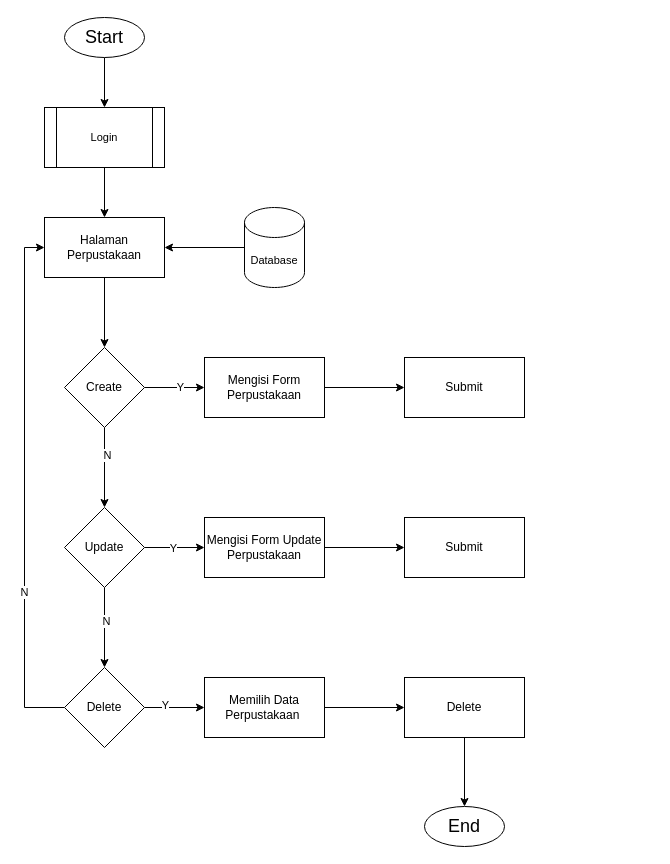
Earlier version of the draw.io diagram page "Mengelolah Data Perpustakaan" (10 of 24) of Sistem Informasi Perpustakaan Terpadu/Diagram Tanpa Judul.drawio (umarshd/dfd-skripsi). Source tidied: cells renumbered, new cells numbered last; positions are measured from the earlier drawing's top-left corner, leaving out a move shared by most shapes. Both pictures are drawn from the tidied source at 100%, with x=0, y=0 at pixel (24, 17).
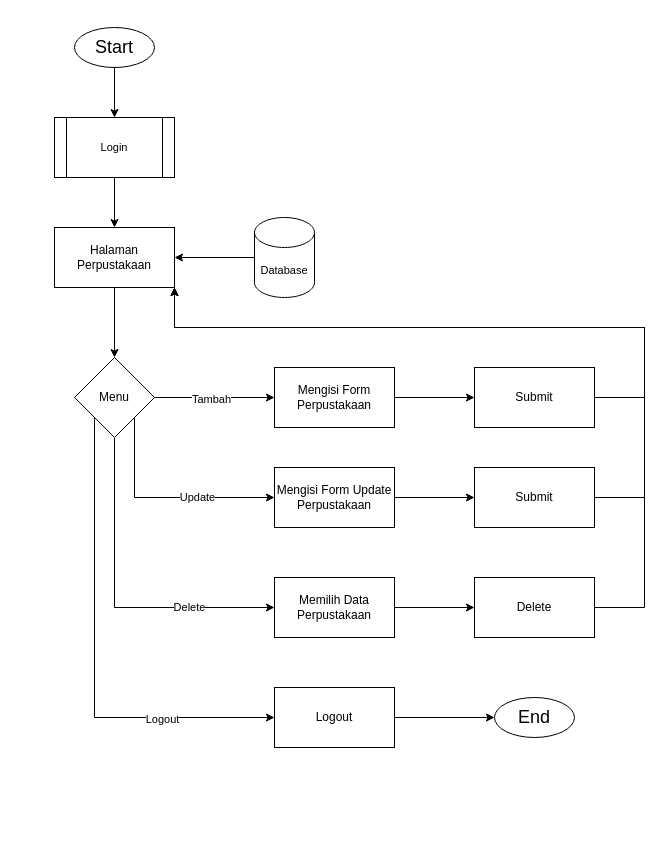
After the change.

The edit, as a diff of the source:
```diff
@@
     <mxCell id="3" value="&lt;font style=&quot;font-size: 18px;&quot;&gt;Start&lt;/font&gt;" style="ellipse;whiteSpace=wrap;html=1;" parent="1" vertex="1">
-      <mxGeometry x="40" width="80" height="40" as="geometry" />
+      <mxGeometry x="50" y="10" width="80" height="40" as="geometry" />
     </mxCell>
-    <mxCell id="4" style="edgeStyle=orthogonalEdgeStyle;shape=connector;rounded=0;jettySize=auto;html=1;labelBackgroundColor=default;strokeColor=default;fontFamily=Helvetica;fontSize=11;fontColor=default;endArrow=classic;endFill=1;" parent="1" edge="1" source="5" target="13">
-      <mxGeometry relative="1" as="geometry" />
-    </mxCell>
+    <mxCell id="36" style="edgeStyle=orthogonalEdgeStyle;shape=connector;rounded=0;jettySize=auto;html=1;labelBackgroundColor=default;strokeColor=default;fontFamily=Helvetica;fontSize=11;fontColor=default;endArrow=classic;endFill=1;" parent="1" edge="1" source="5" target="43">
+      <mxGeometry relative="1" as="geometry" />
+    </mxCell>
     <mxCell id="5" value="Halaman Perpustakaan" style="whiteSpace=wrap;html=1;" parent="1" vertex="1">
-      <mxGeometry x="20" y="200" width="120" height="60" as="geometry" />
+      <mxGeometry x="30" y="210" width="120" height="60" as="geometry" />
     </mxCell>
     <mxCell id="6" value="&lt;font style=&quot;font-size: 18px;&quot;&gt;End&lt;/font&gt;" style="ellipse;whiteSpace=wrap;html=1;" parent="1" vertex="1">
-      <mxGeometry x="400" y="789" width="80" height="40" as="geometry" />
+      <mxGeometry x="470" y="680" width="80" height="40" as="geometry" />
     </mxCell>
@@
     <mxCell id="8" value="Login" style="shape=process;whiteSpace=wrap;html=1;backgroundOutline=1;fontFamily=Helvetica;fontSize=11;fontColor=default;" parent="1" vertex="1">
-      <mxGeometry x="20" y="90" width="120" height="60" as="geometry" />
+      <mxGeometry x="30" y="100" width="120" height="60" as="geometry" />
     </mxCell>
-    <mxCell id="9" style="edgeStyle=orthogonalEdgeStyle;shape=connector;rounded=0;jettySize=auto;html=1;labelBackgroundColor=default;strokeColor=default;fontFamily=Helvetica;fontSize=11;fontColor=default;endArrow=classic;endFill=1;" parent="1" edge="1" source="13" target="15">
-      <mxGeometry relative="1" as="geometry" />
-    </mxCell>
-    <mxCell id="10" value="Y" style="edgeLabel;html=1;align=center;verticalAlign=middle;fontSize=11;fontFamily=Helvetica;fontColor=default;" parent="9" vertex="1">
-      <mxGeometry x="0.15" y="1" relative="1" as="geometry" />
-    </mxCell>
-    <mxCell id="11" style="edgeStyle=orthogonalEdgeStyle;shape=connector;rounded=0;jettySize=auto;html=1;labelBackgroundColor=default;strokeColor=default;fontFamily=Helvetica;fontSize=11;fontColor=default;endArrow=classic;endFill=1;" parent="1" edge="1" source="13" target="21">
-      <mxGeometry relative="1" as="geometry" />
-    </mxCell>
-    <mxCell id="12" value="N" style="edgeLabel;html=1;align=center;verticalAlign=middle;fontSize=11;fontFamily=Helvetica;fontColor=default;" parent="11" vertex="1">
-      <mxGeometry x="-0.32" y="2" relative="1" as="geometry" />
-    </mxCell>
-    <mxCell id="13" value="Create" style="rhombus;whiteSpace=wrap;html=1;" parent="1" vertex="1">
-      <mxGeometry x="40" y="330" width="80" height="80" as="geometry" />
-    </mxCell>
-    <mxCell id="14" style="edgeStyle=orthogonalEdgeStyle;shape=connector;rounded=0;jettySize=auto;html=1;labelBackgroundColor=default;strokeColor=default;fontFamily=Helvetica;fontSize=11;fontColor=default;endArrow=classic;endFill=1;" parent="1" edge="1" source="15" target="16">
-      <mxGeometry relative="1" as="geometry" />
-    </mxCell>
+    <mxCell id="37" style="edgeStyle=orthogonalEdgeStyle;shape=connector;rounded=0;jettySize=auto;html=1;labelBackgroundColor=default;strokeColor=default;fontFamily=Helvetica;fontSize=11;fontColor=default;endArrow=classic;endFill=1;" parent="1" edge="1" source="43" target="15">
+      <mxGeometry relative="1" as="geometry" />
+    </mxCell>
+    <mxCell id="38" value="Tambah" style="edgeLabel;html=1;align=center;verticalAlign=middle;fontSize=11;fontFamily=Helvetica;fontColor=default;" parent="37" vertex="1">
+      <mxGeometry x="-0.06" y="-1" relative="1" as="geometry" />
+    </mxCell>
+    <mxCell id="39" style="edgeStyle=orthogonalEdgeStyle;shape=connector;rounded=0;jettySize=auto;html=1;exitX=1;exitY=1;exitDx=0;exitDy=0;entryX=0;entryY=0.5;entryDx=0;entryDy=0;labelBackgroundColor=default;strokeColor=default;fontFamily=Helvetica;fontSize=11;fontColor=default;endArrow=classic;endFill=1;" parent="1" edge="1" source="43" target="23">
+      <mxGeometry relative="1" as="geometry">
+        <Array as="points">
+          <mxPoint x="110" y="480" />
+        </Array>
+      </mxGeometry>
+    </mxCell>
+    <mxCell id="21" value="Update" style="edgeLabel;html=1;align=center;verticalAlign=middle;points=[];fontSize=11;fontFamily=Helvetica;fontColor=default;" parent="39" vertex="1">
+      <mxGeometry x="0.29" y="1" relative="1" as="geometry" />
+    </mxCell>
+    <mxCell id="40" style="edgeStyle=orthogonalEdgeStyle;shape=connector;rounded=0;jettySize=auto;html=1;entryX=0;entryY=0.5;entryDx=0;entryDy=0;labelBackgroundColor=default;strokeColor=default;fontFamily=Helvetica;fontSize=11;fontColor=default;endArrow=classic;endFill=1;" parent="1" edge="1" source="43" target="31">
+      <mxGeometry relative="1" as="geometry">
+        <Array as="points">
+          <mxPoint x="90" y="590" />
+        </Array>
+      </mxGeometry>
+    </mxCell>
+    <mxCell id="29" value="Delete" style="edgeLabel;html=1;align=center;verticalAlign=middle;points=[];fontSize=11;fontFamily=Helvetica;fontColor=default;" parent="40" vertex="1">
+      <mxGeometry x="0.48" y="1" relative="1" as="geometry" />
+    </mxCell>
+    <mxCell id="41" style="edgeStyle=orthogonalEdgeStyle;shape=connector;rounded=0;jettySize=auto;html=1;exitX=0;exitY=1;exitDx=0;exitDy=0;labelBackgroundColor=default;strokeColor=default;fontFamily=Helvetica;fontSize=11;fontColor=default;endArrow=classic;endFill=1;entryX=0;entryY=0.5;entryDx=0;entryDy=0;" parent="1" edge="1" source="43" target="52">
+      <mxGeometry relative="1" as="geometry">
+        <Array as="points">
+          <mxPoint x="70" y="700" />
+        </Array>
+      </mxGeometry>
+    </mxCell>
+    <mxCell id="42" value="Logout" style="edgeLabel;html=1;align=center;verticalAlign=middle;fontSize=11;fontFamily=Helvetica;fontColor=default;" parent="41" vertex="1">
+      <mxGeometry x="0.53" y="-1" relative="1" as="geometry" />
+    </mxCell>
+    <mxCell id="43" value="Menu" style="rhombus;whiteSpace=wrap;html=1;" parent="1" vertex="1">
+      <mxGeometry x="50" y="340" width="80" height="80" as="geometry" />
+    </mxCell>
+    <mxCell id="44" style="edgeStyle=orthogonalEdgeStyle;shape=connector;rounded=0;jettySize=auto;html=1;labelBackgroundColor=default;strokeColor=default;fontFamily=Helvetica;fontSize=11;fontColor=default;endArrow=classic;endFill=1;" parent="1" edge="1" source="15" target="46">
+      <mxGeometry relative="1" as="geometry" />
+    </mxCell>
     <mxCell id="15" value="Mengisi Form Perpustakaan" style="whiteSpace=wrap;html=1;" parent="1" vertex="1">
-      <mxGeometry x="180" y="340" width="120" height="60" as="geometry" />
+      <mxGeometry x="250" y="350" width="120" height="60" as="geometry" />
     </mxCell>
-    <mxCell id="16" value="Submit" style="whiteSpace=wrap;html=1;" parent="1" vertex="1">
-      <mxGeometry x="380" y="340" width="120" height="60" as="geometry" />
-    </mxCell>
-    <mxCell id="17" style="edgeStyle=orthogonalEdgeStyle;shape=connector;rounded=0;jettySize=auto;html=1;labelBackgroundColor=default;strokeColor=default;fontFamily=Helvetica;fontSize=11;fontColor=default;endArrow=classic;endFill=1;" parent="1" edge="1" source="21" target="23">
-      <mxGeometry relative="1" as="geometry" />
-    </mxCell>
-    <mxCell id="18" value="Y" style="edgeLabel;html=1;align=center;verticalAlign=middle;fontSize=11;fontFamily=Helvetica;fontColor=default;" parent="17" vertex="1">
-      <mxGeometry x="-0.08" relative="1" as="geometry" />
-    </mxCell>
-    <mxCell id="19" style="edgeStyle=orthogonalEdgeStyle;shape=connector;rounded=0;jettySize=auto;html=1;labelBackgroundColor=default;strokeColor=default;fontFamily=Helvetica;fontSize=11;fontColor=default;endArrow=classic;endFill=1;" parent="1" edge="1" source="21" target="29">
-      <mxGeometry relative="1" as="geometry" />
-    </mxCell>
-    <mxCell id="20" value="N" style="edgeLabel;html=1;align=center;verticalAlign=middle;fontSize=11;fontFamily=Helvetica;fontColor=default;" parent="19" vertex="1">
-      <mxGeometry x="-0.18" y="1" relative="1" as="geometry" />
-    </mxCell>
-    <mxCell id="21" value="Update" style="rhombus;whiteSpace=wrap;html=1;" parent="1" vertex="1">
-      <mxGeometry x="40" y="490" width="80" height="80" as="geometry" />
-    </mxCell>
-    <mxCell id="22" style="edgeStyle=orthogonalEdgeStyle;shape=connector;rounded=0;jettySize=auto;html=1;labelBackgroundColor=default;strokeColor=default;fontFamily=Helvetica;fontSize=11;fontColor=default;endArrow=classic;endFill=1;" parent="1" edge="1" source="23" target="24">
-      <mxGeometry relative="1" as="geometry" />
-    </mxCell>
+    <mxCell id="34" style="edgeStyle=orthogonalEdgeStyle;shape=connector;rounded=0;jettySize=auto;html=1;entryX=1;entryY=0.5;entryDx=0;entryDy=0;labelBackgroundColor=default;strokeColor=default;fontFamily=Helvetica;fontSize=11;fontColor=default;endArrow=classic;endFill=1;" parent="1" edge="1" source="35" target="5">
+      <mxGeometry relative="1" as="geometry" />
+    </mxCell>
+    <mxCell id="35" value="Database" style="shape=cylinder3;whiteSpace=wrap;html=1;boundedLbl=1;backgroundOutline=1;size=15;fontFamily=Helvetica;fontSize=11;fontColor=default;" parent="1" vertex="1">
+      <mxGeometry x="230" y="200" width="60" height="80" as="geometry" />
+    </mxCell>
+    <mxCell id="45" style="edgeStyle=orthogonalEdgeStyle;shape=connector;rounded=0;jettySize=auto;html=1;labelBackgroundColor=default;strokeColor=default;fontFamily=Helvetica;fontSize=11;fontColor=default;endArrow=classic;endFill=1;entryX=1;entryY=1;entryDx=0;entryDy=0;" parent="1" edge="1" source="46" target="5">
+      <mxGeometry relative="1" as="geometry">
+        <Array as="points">
+          <mxPoint x="620" y="380" />
+          <mxPoint x="620" y="310" />
+          <mxPoint x="150" y="310" />
+        </Array>
+      </mxGeometry>
+    </mxCell>
+    <mxCell id="46" value="Submit" style="whiteSpace=wrap;html=1;" parent="1" vertex="1">
+      <mxGeometry x="450" y="350" width="120" height="60" as="geometry" />
+    </mxCell>
+    <mxCell id="47" style="edgeStyle=orthogonalEdgeStyle;shape=connector;rounded=0;jettySize=auto;html=1;labelBackgroundColor=default;strokeColor=default;fontFamily=Helvetica;fontSize=11;fontColor=default;endArrow=classic;endFill=1;" parent="1" edge="1" source="23" target="49">
+      <mxGeometry relative="1" as="geometry" />
+    </mxCell>
     <mxCell id="23" value="Mengisi Form Update Perpustakaan" style="whiteSpace=wrap;html=1;" parent="1" vertex="1">
-      <mxGeometry x="180" y="500" width="120" height="60" as="geometry" />
+      <mxGeometry x="250" y="450" width="120" height="60" as="geometry" />
     </mxCell>
-    <mxCell id="24" value="Submit" style="whiteSpace=wrap;html=1;" parent="1" vertex="1">
-      <mxGeometry x="380" y="500" width="120" height="60" as="geometry" />
-    </mxCell>
-    <mxCell id="25" style="edgeStyle=orthogonalEdgeStyle;shape=connector;rounded=0;jettySize=auto;html=1;entryX=0;entryY=0.5;entryDx=0;entryDy=0;labelBackgroundColor=default;strokeColor=default;fontFamily=Helvetica;fontSize=11;fontColor=default;endArrow=classic;endFill=1;" parent="1" edge="1" source="29" target="5">
-      <mxGeometry relative="1" as="geometry">
-        <Array as="points">
-          <mxPoint y="690" />
-          <mxPoint y="230" />
-        </Array>
-      </mxGeometry>
-    </mxCell>
-    <mxCell id="26" value="N" style="edgeLabel;html=1;align=center;verticalAlign=middle;fontSize=11;fontFamily=Helvetica;fontColor=default;" parent="25" vertex="1">
-      <mxGeometry x="-0.4" y="1" relative="1" as="geometry" />
-    </mxCell>
-    <mxCell id="27" style="edgeStyle=orthogonalEdgeStyle;shape=connector;rounded=0;jettySize=auto;html=1;labelBackgroundColor=default;strokeColor=default;fontFamily=Helvetica;fontSize=11;fontColor=default;endArrow=classic;endFill=1;" parent="1" edge="1" source="29" target="31">
-      <mxGeometry relative="1" as="geometry" />
-    </mxCell>
-    <mxCell id="28" value="Y" style="edgeLabel;html=1;align=center;verticalAlign=middle;fontSize=11;fontFamily=Helvetica;fontColor=default;" parent="27" vertex="1">
-      <mxGeometry x="-0.32" y="3" relative="1" as="geometry" />
-    </mxCell>
-    <mxCell id="29" value="Delete" style="rhombus;whiteSpace=wrap;html=1;" parent="1" vertex="1">
-      <mxGeometry x="40" y="650" width="80" height="80" as="geometry" />
-    </mxCell>
+    <mxCell id="48" style="edgeStyle=orthogonalEdgeStyle;shape=connector;rounded=0;jettySize=auto;html=1;entryX=1;entryY=1;entryDx=0;entryDy=0;labelBackgroundColor=default;strokeColor=default;fontFamily=Helvetica;fontSize=11;fontColor=default;endArrow=classic;endFill=1;" parent="1" edge="1" source="49" target="5">
+      <mxGeometry relative="1" as="geometry">
+        <Array as="points">
+          <mxPoint x="620" y="480" />
+          <mxPoint x="620" y="310" />
+          <mxPoint x="150" y="310" />
+        </Array>
+      </mxGeometry>
+    </mxCell>
+    <mxCell id="49" value="Submit" style="whiteSpace=wrap;html=1;" parent="1" vertex="1">
+      <mxGeometry x="450" y="450" width="120" height="60" as="geometry" />
+    </mxCell>
@@
-    <mxCell id="31" value="Memilih Data Perpustakaan&amp;nbsp;" style="whiteSpace=wrap;html=1;" parent="1" vertex="1">
-      <mxGeometry x="180" y="660" width="120" height="60" as="geometry" />
+    <mxCell id="31" value="Memilih Data Perpustakaan" style="whiteSpace=wrap;html=1;" parent="1" vertex="1">
+      <mxGeometry x="250" y="560" width="120" height="60" as="geometry" />
     </mxCell>
-    <mxCell id="32" style="edgeStyle=orthogonalEdgeStyle;shape=connector;rounded=0;jettySize=auto;html=1;labelBackgroundColor=default;strokeColor=default;fontFamily=Helvetica;fontSize=11;fontColor=default;endArrow=classic;endFill=1;" parent="1" edge="1" source="33" target="6">
-      <mxGeometry relative="1" as="geometry" />
-    </mxCell>
+    <mxCell id="50" style="edgeStyle=orthogonalEdgeStyle;shape=connector;rounded=0;jettySize=auto;html=1;labelBackgroundColor=default;strokeColor=default;fontFamily=Helvetica;fontSize=11;fontColor=default;endArrow=classic;endFill=1;entryX=1;entryY=1;entryDx=0;entryDy=0;" parent="1" edge="1" source="33" target="5">
+      <mxGeometry relative="1" as="geometry">
+        <Array as="points">
+          <mxPoint x="620" y="590" />
+          <mxPoint x="620" y="310" />
+          <mxPoint x="150" y="310" />
+        </Array>
+      </mxGeometry>
+    </mxCell>
     <mxCell id="33" value="Delete" style="whiteSpace=wrap;html=1;" parent="1" vertex="1">
-      <mxGeometry x="380" y="660" width="120" height="60" as="geometry" />
+      <mxGeometry x="450" y="560" width="120" height="60" as="geometry" />
     </mxCell>
-    <mxCell id="34" style="edgeStyle=orthogonalEdgeStyle;shape=connector;rounded=0;jettySize=auto;html=1;labelBackgroundColor=default;strokeColor=default;fontFamily=Helvetica;fontSize=11;fontColor=default;endArrow=classic;endFill=1;" parent="1" edge="1" source="35" target="5">
-      <mxGeometry relative="1" as="geometry" />
-    </mxCell>
-    <mxCell id="35" value="Database" style="shape=cylinder3;whiteSpace=wrap;html=1;boundedLbl=1;backgroundOutline=1;size=15;fontFamily=Helvetica;fontSize=11;fontColor=default;" parent="1" vertex="1">
-      <mxGeometry x="220" y="190" width="60" height="80" as="geometry" />
-    </mxCell>
+    <mxCell id="51" style="edgeStyle=orthogonalEdgeStyle;shape=connector;rounded=0;jettySize=auto;html=1;labelBackgroundColor=default;strokeColor=default;fontFamily=Helvetica;fontSize=11;fontColor=default;endArrow=classic;endFill=1;" parent="1" edge="1" source="52" target="6">
+      <mxGeometry relative="1" as="geometry" />
+    </mxCell>
+    <mxCell id="52" value="Logout" style="whiteSpace=wrap;html=1;" parent="1" vertex="1">
+      <mxGeometry x="250" y="670" width="120" height="60" as="geometry" />
+    </mxCell>
```
